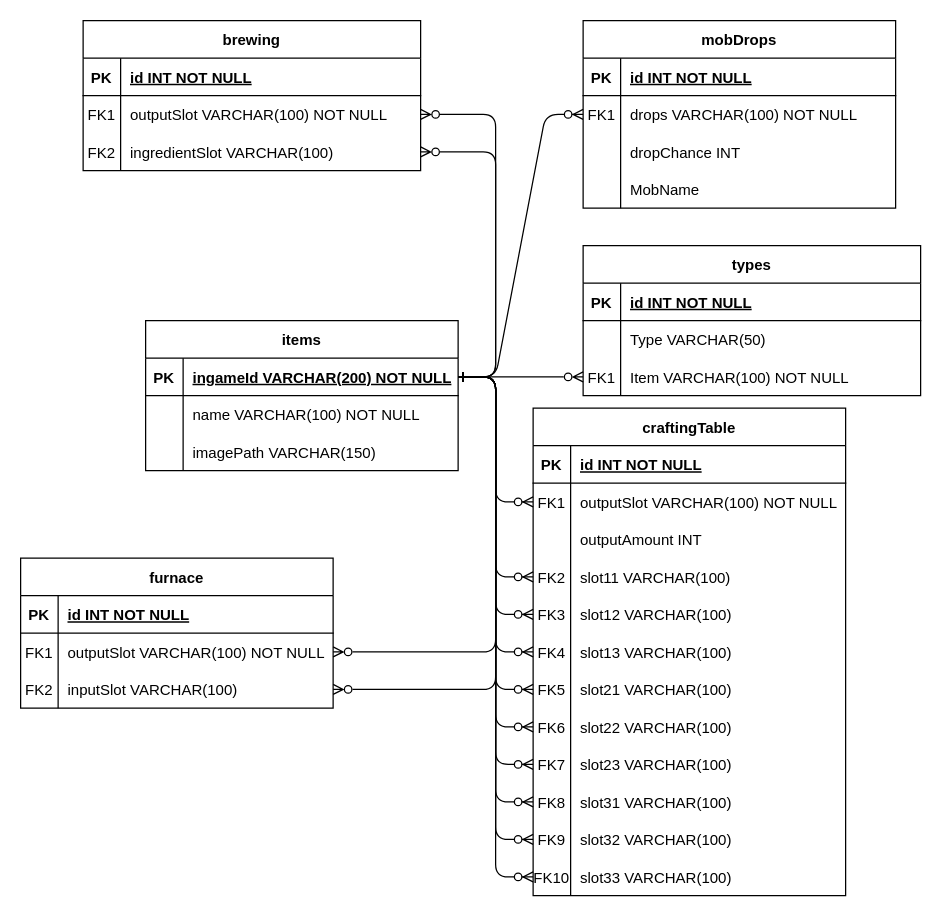
Before: MCraftingTree.drawio in Damimani/MCraftingTree, a draw.io diagram. Source tidied: cells renumbered, new cells numbered last; positions are measured from the earlier drawing's top-left corner, leaving out a move shared by most shapes. Both pictures are drawn from the tidied source at 125%, with x=0, y=0 at pixel (20, 20).
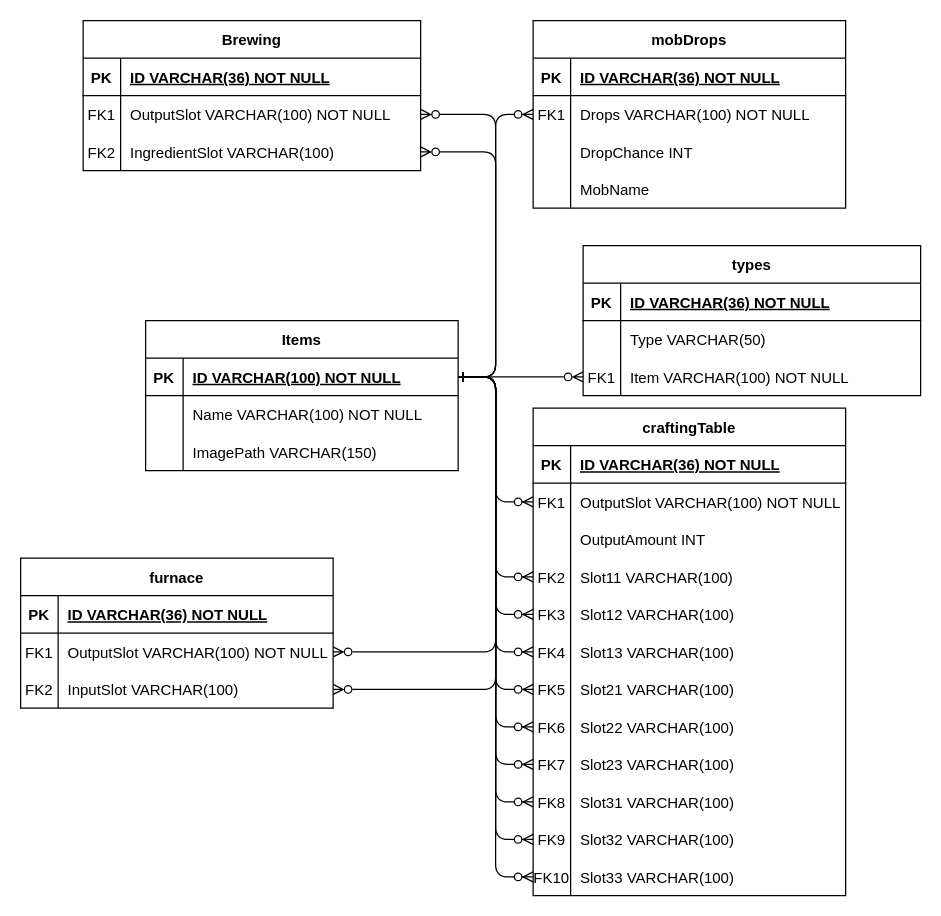
The same page after the edit.

Unchanged cells that the change refers to:
```xml
<mxCell id="4" style="shape=partialRectangle;fillColor=none;top=0;left=0;right=0;bottom=1;" parent="3" vertex="1">
  <mxGeometry y="30" width="250" height="30" as="geometry" />
</mxCell>
<mxCell id="7" style="shape=partialRectangle;fillColor=none;points=[[0,0.5],[1,0.5]];portConstraint=eastwest;top=0;left=0;right=0;bottom=0;" parent="3" vertex="1">
  <mxGeometry y="60" width="250" height="30" as="geometry" />
</mxCell>
<mxCell id="10" style="shape=partialRectangle;fillColor=none;top=0;left=0;right=0;bottom=0;" parent="3" vertex="1">
  <mxGeometry y="90" width="250" height="30" as="geometry" />
</mxCell>
<mxCell id="17" style="shape=partialRectangle;fillColor=none;top=0;left=0;right=0;bottom=1;" parent="16" vertex="1">
  <mxGeometry y="30" width="250" height="30" as="geometry" />
</mxCell>
<mxCell id="20" style="shape=partialRectangle;fillColor=none;points=[[0,0.5],[1,0.5]];portConstraint=eastwest;top=0;left=0;right=0;bottom=0;" parent="16" vertex="1">
  <mxGeometry y="60" width="250" height="30" as="geometry" />
</mxCell>
<mxCell id="23" style="shape=partialRectangle;fillColor=none;top=0;left=0;right=0;bottom=0;" parent="16" vertex="1">
  <mxGeometry y="90" width="250" height="30" as="geometry" />
</mxCell>
<mxCell id="26" style="shape=partialRectangle;fillColor=none;points=[[0,0.5],[1,0.5]];portConstraint=eastwest;top=0;left=0;right=0;bottom=0;" parent="16" vertex="1">
  <mxGeometry y="120" width="250" height="30" as="geometry" />
</mxCell>
<mxCell id="29" style="shape=partialRectangle;fillColor=none;points=[[0,0.5],[1,0.5]];portConstraint=eastwest;top=0;left=0;right=0;bottom=0;" parent="16" vertex="1">
  <mxGeometry y="150" width="250" height="30" as="geometry" />
</mxCell>
<mxCell id="32" style="shape=partialRectangle;fillColor=none;points=[[0,0.5],[1,0.5]];portConstraint=eastwest;top=0;left=0;right=0;bottom=0;" parent="16" vertex="1">
  <mxGeometry y="180" width="250" height="30" as="geometry" />
</mxCell>
<mxCell id="35" style="shape=partialRectangle;fillColor=none;points=[[0,0.5],[1,0.5]];portConstraint=eastwest;top=0;left=0;right=0;bottom=0;" parent="16" vertex="1">
  <mxGeometry y="210" width="250" height="30" as="geometry" />
</mxCell>
<mxCell id="38" style="shape=partialRectangle;fillColor=none;points=[[0,0.5],[1,0.5]];portConstraint=eastwest;top=0;left=0;right=0;bottom=0;" parent="16" vertex="1">
  <mxGeometry y="240" width="250" height="30" as="geometry" />
</mxCell>
<mxCell id="41" style="shape=partialRectangle;fillColor=none;points=[[0,0.5],[1,0.5]];portConstraint=eastwest;top=0;left=0;right=0;bottom=0;" parent="16" vertex="1">
  <mxGeometry y="270" width="250" height="30" as="geometry" />
</mxCell>
<mxCell id="44" style="shape=partialRectangle;fillColor=none;points=[[0,0.5],[1,0.5]];portConstraint=eastwest;top=0;left=0;right=0;bottom=0;" parent="16" vertex="1">
  <mxGeometry y="300" width="250" height="30" as="geometry" />
</mxCell>
<mxCell id="47" style="shape=partialRectangle;fillColor=none;points=[[0,0.5],[1,0.5]];portConstraint=eastwest;top=0;left=0;right=0;bottom=0;" parent="16" vertex="1">
  <mxGeometry y="330" width="250" height="30" as="geometry" />
</mxCell>
<mxCell id="50" style="shape=partialRectangle;fillColor=none;points=[[0,0.5],[1,0.5]];portConstraint=eastwest;top=0;left=0;right=0;bottom=0;" parent="16" vertex="1">
  <mxGeometry y="360" width="250" height="30" as="geometry" />
</mxCell>
<mxCell id="54" style="shape=partialRectangle;fillColor=none;points=[[0,0.5],[1,0.5]];portConstraint=eastwest;top=0;left=0;right=0;bottom=1;" parent="53" vertex="1">
  <mxGeometry y="30" width="250" height="30" as="geometry" />
</mxCell>
<mxCell id="57" style="shape=partialRectangle;fillColor=none;top=0;left=0;right=0;bottom=0;" parent="53" vertex="1">
  <mxGeometry y="60" width="250" height="30" as="geometry" />
</mxCell>
<mxCell id="60" style="shape=partialRectangle;fillColor=none;top=0;left=0;right=0;bottom=0;" parent="53" vertex="1">
  <mxGeometry y="90" width="250" height="30" as="geometry" />
</mxCell>
<mxCell id="66" style="shape=partialRectangle;fillColor=none;top=0;left=0;right=0;bottom=1;" parent="65" vertex="1">
  <mxGeometry y="30" width="250" height="30" as="geometry" />
</mxCell>
<mxCell id="69" style="shape=partialRectangle;fillColor=none;points=[[0,0.5],[1,0.5]];portConstraint=eastwest;top=0;left=0;right=0;bottom=0;" parent="65" vertex="1">
  <mxGeometry y="60" width="250" height="30" as="geometry" />
</mxCell>
<mxCell id="72" style="shape=partialRectangle;fillColor=none;points=[[0,0.5],[1,0.5]];portConstraint=eastwest;top=0;left=0;right=0;bottom=0;" parent="65" vertex="1">
  <mxGeometry y="90" width="250" height="30" as="geometry" />
</mxCell>
<mxCell id="76" style="shape=partialRectangle;fillColor=none;top=0;left=0;right=0;bottom=1;" parent="75" vertex="1">
  <mxGeometry y="30" width="270" height="30" as="geometry" />
</mxCell>
<mxCell id="79" style="shape=partialRectangle;fillColor=none;points=[[0,0.5],[1,0.5]];portConstraint=eastwest;top=0;left=0;right=0;bottom=0;" parent="75" vertex="1">
  <mxGeometry y="60" width="270" height="30" as="geometry" />
</mxCell>
<mxCell id="82" style="shape=partialRectangle;fillColor=none;points=[[0,0.5],[1,0.5]];portConstraint=eastwest;top=0;left=0;right=0;bottom=0;" parent="75" vertex="1">
  <mxGeometry y="90" width="270" height="30" as="geometry" />
</mxCell>
<mxCell id="99" style="shape=partialRectangle;fillColor=none;top=0;left=0;right=0;bottom=1;" parent="98" vertex="1">
  <mxGeometry y="30" width="270" height="30" as="geometry" />
</mxCell>
```

Diff of the diagram source:
```diff
@@
     <mxCell id="3" value="mobDrops" style="shape=table;startSize=30;childLayout=tableLayout;rowLines=0;fontStyle=1;align=center;" parent="1" vertex="1">
-      <mxGeometry x="450" width="250" height="150" as="geometry" />
+      <mxGeometry x="410" width="250" height="150" as="geometry" />
     </mxCell>
@@
-    <mxCell id="6" value="id INT NOT NULL" style="shape=partialRectangle;overflow=hidden;fillColor=none;top=0;left=0;bottom=0;right=0;align=left;spacingLeft=6;fontStyle=5;" parent="4" vertex="1">
+    <mxCell id="6" value="ID VARCHAR(36) NOT NULL" style="shape=partialRectangle;overflow=hidden;fillColor=none;top=0;left=0;bottom=0;right=0;align=left;spacingLeft=6;fontStyle=5;" parent="4" vertex="1">
       <mxGeometry x="30" width="220" height="30" as="geometry" />
     </mxCell>
@@
-    <mxCell id="9" value="drops VARCHAR(100) NOT NULL" style="shape=partialRectangle;overflow=hidden;fillColor=none;top=0;left=0;bottom=0;right=0;align=left;spacingLeft=6;" parent="7" vertex="1">
+    <mxCell id="9" value="Drops VARCHAR(100) NOT NULL" style="shape=partialRectangle;overflow=hidden;fillColor=none;top=0;left=0;bottom=0;right=0;align=left;spacingLeft=6;" parent="7" vertex="1">
       <mxGeometry x="30" width="220" height="30" as="geometry" />
     </mxCell>
@@
-    <mxCell id="12" value="dropChance INT" style="shape=partialRectangle;overflow=hidden;fillColor=none;top=0;left=0;bottom=0;right=0;align=left;spacingLeft=6;" parent="10" vertex="1">
+    <mxCell id="12" value="DropChance INT" style="shape=partialRectangle;overflow=hidden;fillColor=none;top=0;left=0;bottom=0;right=0;align=left;spacingLeft=6;" parent="10" vertex="1">
       <mxGeometry x="30" width="220" height="30" as="geometry" />
     </mxCell>
@@
-    <mxCell id="19" value="id INT NOT NULL" style="shape=partialRectangle;overflow=hidden;fillColor=none;top=0;left=0;bottom=0;right=0;align=left;spacingLeft=6;fontStyle=5;" parent="17" vertex="1">
+    <mxCell id="19" value="ID VARCHAR(36) NOT NULL" style="shape=partialRectangle;overflow=hidden;fillColor=none;top=0;left=0;bottom=0;right=0;align=left;spacingLeft=6;fontStyle=5;" parent="17" vertex="1">
       <mxGeometry x="30" width="220" height="30" as="geometry" />
     </mxCell>
@@
-    <mxCell id="22" value="outputSlot VARCHAR(100) NOT NULL" style="shape=partialRectangle;overflow=hidden;fillColor=none;top=0;left=0;bottom=0;right=0;align=left;spacingLeft=6;" parent="20" vertex="1">
+    <mxCell id="22" value="OutputSlot VARCHAR(100) NOT NULL" style="shape=partialRectangle;overflow=hidden;fillColor=none;top=0;left=0;bottom=0;right=0;align=left;spacingLeft=6;" parent="20" vertex="1">
       <mxGeometry x="30" width="220" height="30" as="geometry" />
     </mxCell>
@@
-    <mxCell id="25" value="outputAmount INT" style="shape=partialRectangle;overflow=hidden;fillColor=none;top=0;left=0;bottom=0;right=0;align=left;spacingLeft=6;" parent="23" vertex="1">
+    <mxCell id="25" value="OutputAmount INT" style="shape=partialRectangle;overflow=hidden;fillColor=none;top=0;left=0;bottom=0;right=0;align=left;spacingLeft=6;" parent="23" vertex="1">
       <mxGeometry x="30" width="220" height="30" as="geometry" />
     </mxCell>
@@
-    <mxCell id="28" value="slot11 VARCHAR(100)" style="shape=partialRectangle;overflow=hidden;fillColor=none;top=0;left=0;bottom=0;right=0;align=left;spacingLeft=6;" parent="26" vertex="1">
+    <mxCell id="28" value="Slot11 VARCHAR(100)" style="shape=partialRectangle;overflow=hidden;fillColor=none;top=0;left=0;bottom=0;right=0;align=left;spacingLeft=6;" parent="26" vertex="1">
       <mxGeometry x="30" width="220" height="30" as="geometry" />
     </mxCell>
@@
-    <mxCell id="31" value="slot12 VARCHAR(100)" style="shape=partialRectangle;overflow=hidden;fillColor=none;top=0;left=0;bottom=0;right=0;align=left;spacingLeft=6;" parent="29" vertex="1">
+    <mxCell id="31" value="Slot12 VARCHAR(100)" style="shape=partialRectangle;overflow=hidden;fillColor=none;top=0;left=0;bottom=0;right=0;align=left;spacingLeft=6;" parent="29" vertex="1">
       <mxGeometry x="30" width="220" height="30" as="geometry" />
     </mxCell>
@@
-    <mxCell id="34" value="slot13 VARCHAR(100)" style="shape=partialRectangle;overflow=hidden;fillColor=none;top=0;left=0;bottom=0;right=0;align=left;spacingLeft=6;" parent="32" vertex="1">
+    <mxCell id="34" value="Slot13 VARCHAR(100)" style="shape=partialRectangle;overflow=hidden;fillColor=none;top=0;left=0;bottom=0;right=0;align=left;spacingLeft=6;" parent="32" vertex="1">
       <mxGeometry x="30" width="220" height="30" as="geometry" />
     </mxCell>
@@
-    <mxCell id="37" value="slot21 VARCHAR(100)" style="shape=partialRectangle;overflow=hidden;fillColor=none;top=0;left=0;bottom=0;right=0;align=left;spacingLeft=6;" parent="35" vertex="1">
+    <mxCell id="37" value="Slot21 VARCHAR(100)" style="shape=partialRectangle;overflow=hidden;fillColor=none;top=0;left=0;bottom=0;right=0;align=left;spacingLeft=6;" parent="35" vertex="1">
       <mxGeometry x="30" width="220" height="30" as="geometry" />
     </mxCell>
@@
-    <mxCell id="40" value="slot22 VARCHAR(100)" style="shape=partialRectangle;overflow=hidden;fillColor=none;top=0;left=0;bottom=0;right=0;align=left;spacingLeft=6;" parent="38" vertex="1">
+    <mxCell id="40" value="Slot22 VARCHAR(100)" style="shape=partialRectangle;overflow=hidden;fillColor=none;top=0;left=0;bottom=0;right=0;align=left;spacingLeft=6;" parent="38" vertex="1">
       <mxGeometry x="30" width="220" height="30" as="geometry" />
     </mxCell>
@@
-    <mxCell id="43" value="slot23 VARCHAR(100)" style="shape=partialRectangle;overflow=hidden;fillColor=none;top=0;left=0;bottom=0;right=0;align=left;spacingLeft=6;" parent="41" vertex="1">
+    <mxCell id="43" value="Slot23 VARCHAR(100)" style="shape=partialRectangle;overflow=hidden;fillColor=none;top=0;left=0;bottom=0;right=0;align=left;spacingLeft=6;" parent="41" vertex="1">
       <mxGeometry x="30" width="220" height="30" as="geometry" />
     </mxCell>
@@
-    <mxCell id="46" value="slot31 VARCHAR(100)" style="shape=partialRectangle;overflow=hidden;fillColor=none;top=0;left=0;bottom=0;right=0;align=left;spacingLeft=6;" parent="44" vertex="1">
+    <mxCell id="46" value="Slot31 VARCHAR(100)" style="shape=partialRectangle;overflow=hidden;fillColor=none;top=0;left=0;bottom=0;right=0;align=left;spacingLeft=6;" parent="44" vertex="1">
       <mxGeometry x="30" width="220" height="30" as="geometry" />
     </mxCell>
@@
-    <mxCell id="49" value="slot32 VARCHAR(100)" style="shape=partialRectangle;overflow=hidden;fillColor=none;top=0;left=0;bottom=0;right=0;align=left;spacingLeft=6;" parent="47" vertex="1">
+    <mxCell id="49" value="Slot32 VARCHAR(100)" style="shape=partialRectangle;overflow=hidden;fillColor=none;top=0;left=0;bottom=0;right=0;align=left;spacingLeft=6;" parent="47" vertex="1">
       <mxGeometry x="30" width="220" height="30" as="geometry" />
     </mxCell>
@@
-    <mxCell id="52" value="slot33 VARCHAR(100)" style="shape=partialRectangle;overflow=hidden;fillColor=none;top=0;left=0;bottom=0;right=0;align=left;spacingLeft=6;" parent="50" vertex="1">
+    <mxCell id="52" value="Slot33 VARCHAR(100)" style="shape=partialRectangle;overflow=hidden;fillColor=none;top=0;left=0;bottom=0;right=0;align=left;spacingLeft=6;" parent="50" vertex="1">
       <mxGeometry x="30" width="220" height="30" as="geometry" />
     </mxCell>
-    <mxCell id="53" value="items" style="shape=table;startSize=30;childLayout=tableLayout;rowLines=0;fontStyle=1;align=center;swimlaneLine=1;rounded=0;" parent="1" vertex="1">
+    <mxCell id="53" value="Items" style="shape=table;startSize=30;childLayout=tableLayout;rowLines=0;fontStyle=1;align=center;swimlaneLine=1;rounded=0;" parent="1" vertex="1">
       <mxGeometry x="100" y="240" width="250" height="120" as="geometry" />
     </mxCell>
@@
-    <mxCell id="56" value="ingameId VARCHAR(200) NOT NULL" style="shape=partialRectangle;overflow=hidden;fillColor=none;top=0;left=0;bottom=0;right=0;align=left;spacingLeft=6;fontStyle=5;" parent="54" vertex="1">
+    <mxCell id="56" value="ID VARCHAR(100) NOT NULL" style="shape=partialRectangle;overflow=hidden;fillColor=none;top=0;left=0;bottom=0;right=0;align=left;spacingLeft=6;fontStyle=5;" parent="54" vertex="1">
       <mxGeometry x="30" width="220" height="30" as="geometry" />
     </mxCell>
@@
-    <mxCell id="59" value="name VARCHAR(100) NOT NULL" style="shape=partialRectangle;overflow=hidden;fillColor=none;top=0;left=0;bottom=0;right=0;align=left;spacingLeft=6;" parent="57" vertex="1">
+    <mxCell id="59" value="Name VARCHAR(100) NOT NULL" style="shape=partialRectangle;overflow=hidden;fillColor=none;top=0;left=0;bottom=0;right=0;align=left;spacingLeft=6;" parent="57" vertex="1">
       <mxGeometry x="30" width="220" height="30" as="geometry" />
     </mxCell>
@@
-    <mxCell id="62" value="imagePath VARCHAR(150)" style="shape=partialRectangle;overflow=hidden;fillColor=none;top=0;left=0;bottom=0;right=0;align=left;spacingLeft=6;" parent="60" vertex="1">
+    <mxCell id="62" value="ImagePath VARCHAR(150)" style="shape=partialRectangle;overflow=hidden;fillColor=none;top=0;left=0;bottom=0;right=0;align=left;spacingLeft=6;" parent="60" vertex="1">
       <mxGeometry x="30" width="220" height="30" as="geometry" />
     </mxCell>
@@
-    <mxCell id="68" value="id INT NOT NULL" style="shape=partialRectangle;overflow=hidden;fillColor=none;top=0;left=0;bottom=0;right=0;align=left;spacingLeft=6;fontStyle=5;" parent="66" vertex="1">
+    <mxCell id="68" value="ID VARCHAR(36) NOT NULL" style="shape=partialRectangle;overflow=hidden;fillColor=none;top=0;left=0;bottom=0;right=0;align=left;spacingLeft=6;fontStyle=5;" parent="66" vertex="1">
       <mxGeometry x="30" width="220" height="30" as="geometry" />
     </mxCell>
@@
-    <mxCell id="71" value="outputSlot VARCHAR(100) NOT NULL" style="shape=partialRectangle;overflow=hidden;fillColor=none;top=0;left=0;bottom=0;right=0;align=left;spacingLeft=6;" parent="69" vertex="1">
+    <mxCell id="71" value="OutputSlot VARCHAR(100) NOT NULL" style="shape=partialRectangle;overflow=hidden;fillColor=none;top=0;left=0;bottom=0;right=0;align=left;spacingLeft=6;" parent="69" vertex="1">
       <mxGeometry x="30" width="220" height="30" as="geometry" />
     </mxCell>
@@
-    <mxCell id="74" value="inputSlot VARCHAR(100)" style="shape=partialRectangle;overflow=hidden;fillColor=none;top=0;left=0;bottom=0;right=0;align=left;spacingLeft=6;" parent="72" vertex="1">
+    <mxCell id="74" value="InputSlot VARCHAR(100)" style="shape=partialRectangle;overflow=hidden;fillColor=none;top=0;left=0;bottom=0;right=0;align=left;spacingLeft=6;" parent="72" vertex="1">
       <mxGeometry x="30" width="220" height="30" as="geometry" />
     </mxCell>
-    <mxCell id="75" value="brewing" style="shape=table;startSize=30;childLayout=tableLayout;rowLines=0;fontStyle=1;align=center;" parent="1" vertex="1">
+    <mxCell id="75" value="Brewing" style="shape=table;startSize=30;childLayout=tableLayout;rowLines=0;fontStyle=1;align=center;" parent="1" vertex="1">
       <mxGeometry x="50" width="270" height="120" as="geometry" />
     </mxCell>
@@
-    <mxCell id="78" value="id INT NOT NULL" style="shape=partialRectangle;overflow=hidden;fillColor=none;top=0;left=0;bottom=0;right=0;align=left;spacingLeft=6;fontStyle=5;" parent="76" vertex="1">
+    <mxCell id="78" value="ID VARCHAR(36) NOT NULL" style="shape=partialRectangle;overflow=hidden;fillColor=none;top=0;left=0;bottom=0;right=0;align=left;spacingLeft=6;fontStyle=5;" parent="76" vertex="1">
       <mxGeometry x="30" width="240" height="30" as="geometry" />
     </mxCell>
@@
-    <mxCell id="81" value="outputSlot VARCHAR(100) NOT NULL" style="shape=partialRectangle;overflow=hidden;fillColor=none;top=0;left=0;bottom=0;right=0;align=left;spacingLeft=6;" parent="79" vertex="1">
+    <mxCell id="81" value="OutputSlot VARCHAR(100) NOT NULL" style="shape=partialRectangle;overflow=hidden;fillColor=none;top=0;left=0;bottom=0;right=0;align=left;spacingLeft=6;" parent="79" vertex="1">
       <mxGeometry x="30" width="240" height="30" as="geometry" />
     </mxCell>
@@
-    <mxCell id="84" value="ingredientSlot VARCHAR(100)" style="shape=partialRectangle;overflow=hidden;fillColor=none;top=0;left=0;bottom=0;right=0;align=left;spacingLeft=6;" parent="82" vertex="1">
+    <mxCell id="84" value="IngredientSlot VARCHAR(100)" style="shape=partialRectangle;overflow=hidden;fillColor=none;top=0;left=0;bottom=0;right=0;align=left;spacingLeft=6;" parent="82" vertex="1">
       <mxGeometry x="30" width="240" height="30" as="geometry" />
     </mxCell>
@@
-    <mxCell id="101" value="id INT NOT NULL" style="shape=partialRectangle;overflow=hidden;fillColor=none;top=0;left=0;bottom=0;right=0;align=left;spacingLeft=6;fontStyle=5;" parent="99" vertex="1">
+    <mxCell id="101" value="ID VARCHAR(36) NOT NULL" style="shape=partialRectangle;overflow=hidden;fillColor=none;top=0;left=0;bottom=0;right=0;align=left;spacingLeft=6;fontStyle=5;" parent="99" vertex="1">
       <mxGeometry x="30" width="240" height="30" as="geometry" />
     </mxCell>
```
